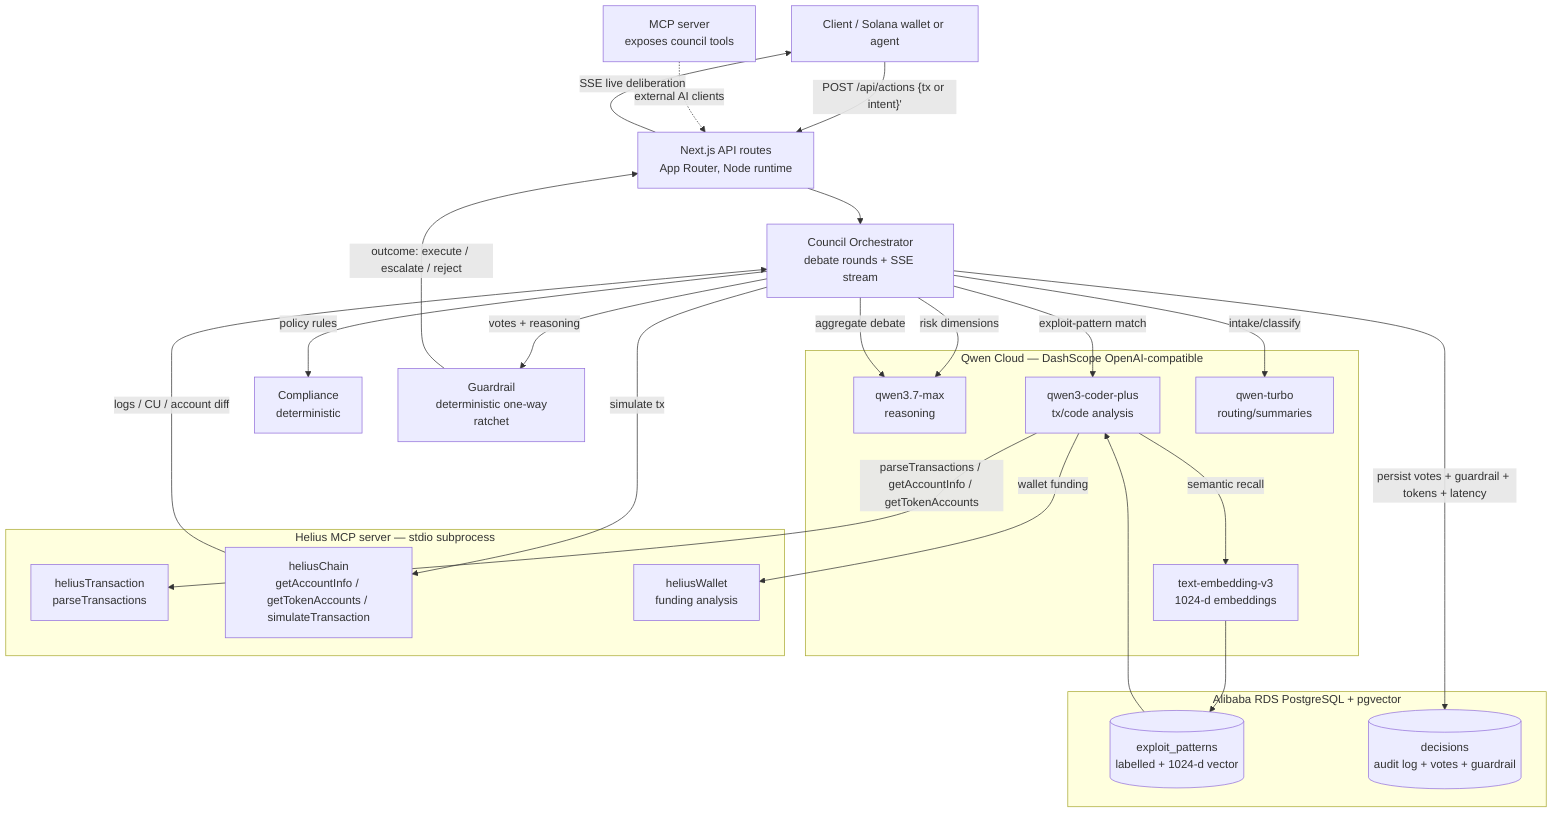
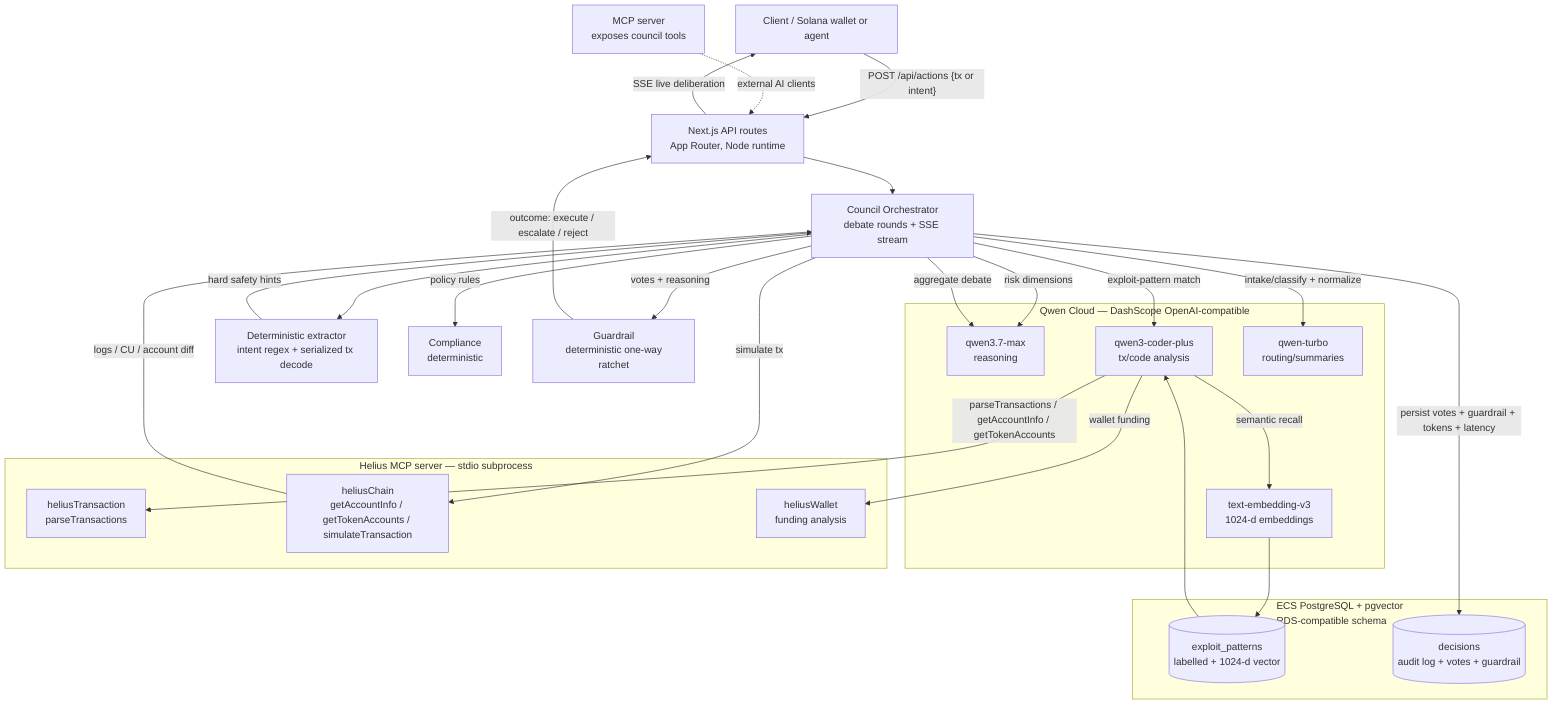
flowchart TD
-     U[Client / Solana wallet or agent] -->|"POST /api/actions {tx or intent}"'| API[Next.js API routes\nApp Router, Node runtime]
+     U[Client / Solana wallet or agent] -->|"POST /api/actions {tx or intent}"| API[Next.js API routes\nApp Router, Node runtime]

    API --> ORCH[Council Orchestrator\ndebate rounds + SSE stream]
+     ORCH --> DET[Deterministic extractor\nintent regex + serialized tx decode]

    subgraph QWEN[Qwen Cloud — DashScope OpenAI-compatible]
        QMAX[qwen3.7-max\nreasoning]
        QCODER[qwen3-coder-plus\ntx/code analysis]
        QTURBO[qwen-turbo\nrouting/summaries]
        QEMB[text-embedding-v3\n1024-d embeddings]
    end

    subgraph HELIUS[Helius MCP server — stdio subprocess]
        HT[heliusTransaction\nparseTransactions]
        HC[heliusChain\ngetAccountInfo / getTokenAccounts / simulateTransaction]
        HW[heliusWallet\nfunding analysis]
    end

-     subgraph MEM[Alibaba RDS PostgreSQL + pgvector]
+     subgraph MEM[ECS PostgreSQL + pgvector\nRDS-compatible schema]
        EP[(exploit_patterns\nlabelled + 1024-d vector)]
        DEC[(decisions\naudit log + votes + guardrail)]
    end

-     ORCH -->|"intake/classify"| QTURBO
+     DET -->|"hard safety hints"| ORCH
+     ORCH -->|"intake/classify + normalize"| QTURBO
    ORCH -->|"risk dimensions"| QMAX
    ORCH -->|"exploit-pattern match"| QCODER
    QCODER -->|"parseTransactions / getAccountInfo / getTokenAccounts"| HT
    QCODER -->|"wallet funding"| HW
    QCODER -->|"semantic recall"| QEMB
    QEMB --> EP
    EP --> QCODER
    ORCH -->|"policy rules"| POL[Compliance\n deterministic]
    ORCH -->|"simulate tx"| HC
    HC -->|"logs / CU / account diff"| ORCH
    ORCH -->|"aggregate debate"| QMAX
    ORCH -->|"votes + reasoning"| GR[Guardrail\n deterministic one-way ratchet]
    GR -->|outcome: execute / escalate / reject| API
    API -->|"SSE live deliberation"| U
    ORCH -->|"persist votes + guardrail + tokens + latency"| DEC

    MCPSRV[MCP server\nexposes council tools] -.->|external AI clients| API
